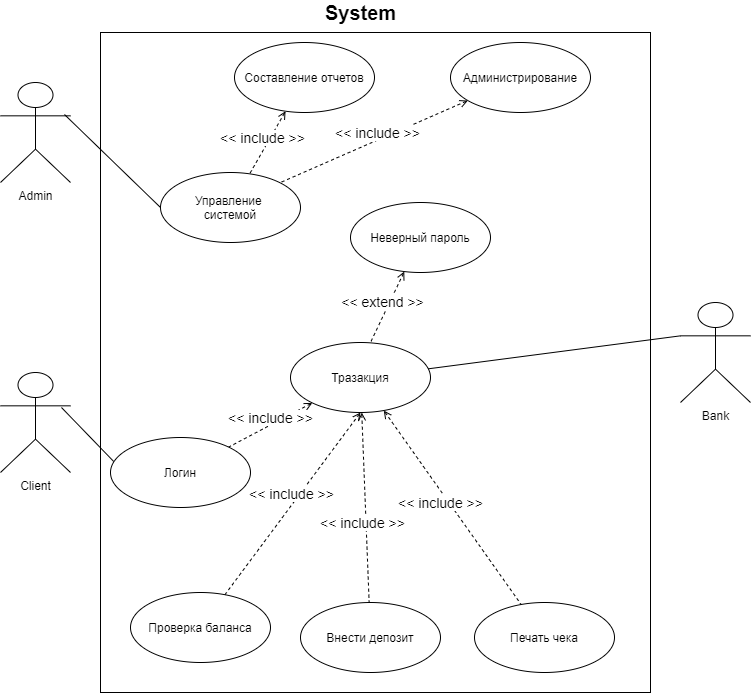
Above: UseCase/UseCase.drawio.png in M0zgi/UML (draw.io), before the change. Source tidied: cells renumbered, new cells last; positions are measured from the earlier drawing's top-left corner, leaving out a move shared by most shapes.
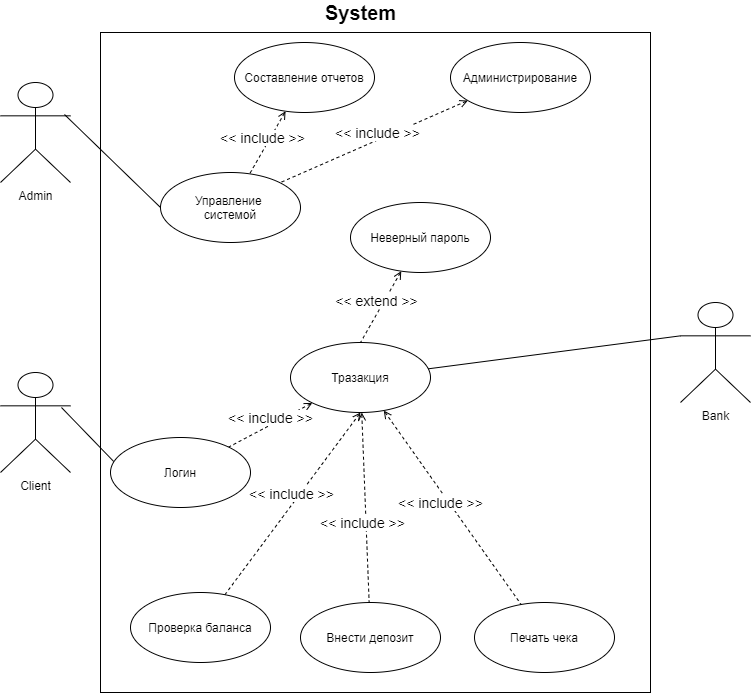
The same diagram one commit later.

What changed in the source:
```diff
@@ -49,10 +49,8 @@
     <mxCell id="15" value="Составление отчетов" style="ellipse;whiteSpace=wrap;html=1;" parent="1" vertex="1">
       <mxGeometry x="234" y="40" width="140" height="70" as="geometry" />
     </mxCell>
-    <mxCell id="16" value="&amp;lt;&amp;lt; extend &amp;gt;&amp;gt;" style="edgeStyle=none;rounded=0;sketch=0;jettySize=auto;html=1;shadow=0;dashed=1;startArrow=open;startFill=0;endArrow=none;endFill=0;strokeWidth=1;fontSize=14;" parent="1" edge="1" source="17">
-      <mxGeometry x="-0.07" y="-7" relative="1" as="geometry">
-        <mxPoint x="370" y="340" as="targetPoint" />
-      </mxGeometry>
+    <mxCell id="16" value="&amp;lt;&amp;lt; extend &amp;gt;&amp;gt;" style="edgeStyle=none;rounded=0;sketch=0;jettySize=auto;html=1;shadow=0;dashed=1;startArrow=open;startFill=0;endArrow=none;endFill=0;strokeWidth=1;fontSize=14;entryX=0.5;entryY=0;entryDx=0;entryDy=0;" parent="1" edge="1" source="17" target="10">
+      <mxGeometry x="-0.07" y="-7" relative="1" as="geometry" />
     </mxCell>
     <mxCell id="17" value="Неверный пароль" style="ellipse;whiteSpace=wrap;html=1;" parent="1" vertex="1">
       <mxGeometry x="350" y="200" width="140" height="70" as="geometry" />
```
